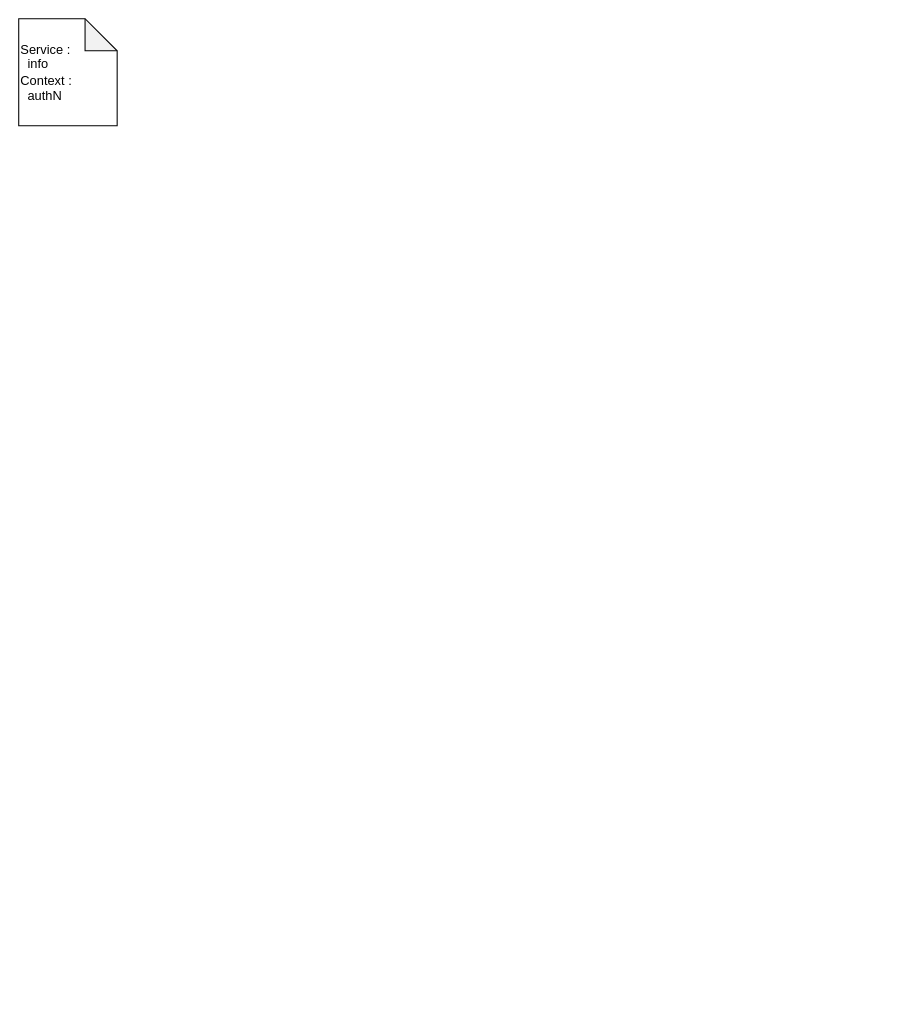
ozaki-physics/raison-me keeps this draw.io diagram as docs/info/authN.drawio. Above is the earlier version. Source tidied: cells renumbered, new cells numbered last; positions are measured from the earlier drawing's top-left corner, leaving out a move shared by most shapes. Both pictures are drawn from the tidied source at 107%, with x=0, y=0 at pixel (18, 18).
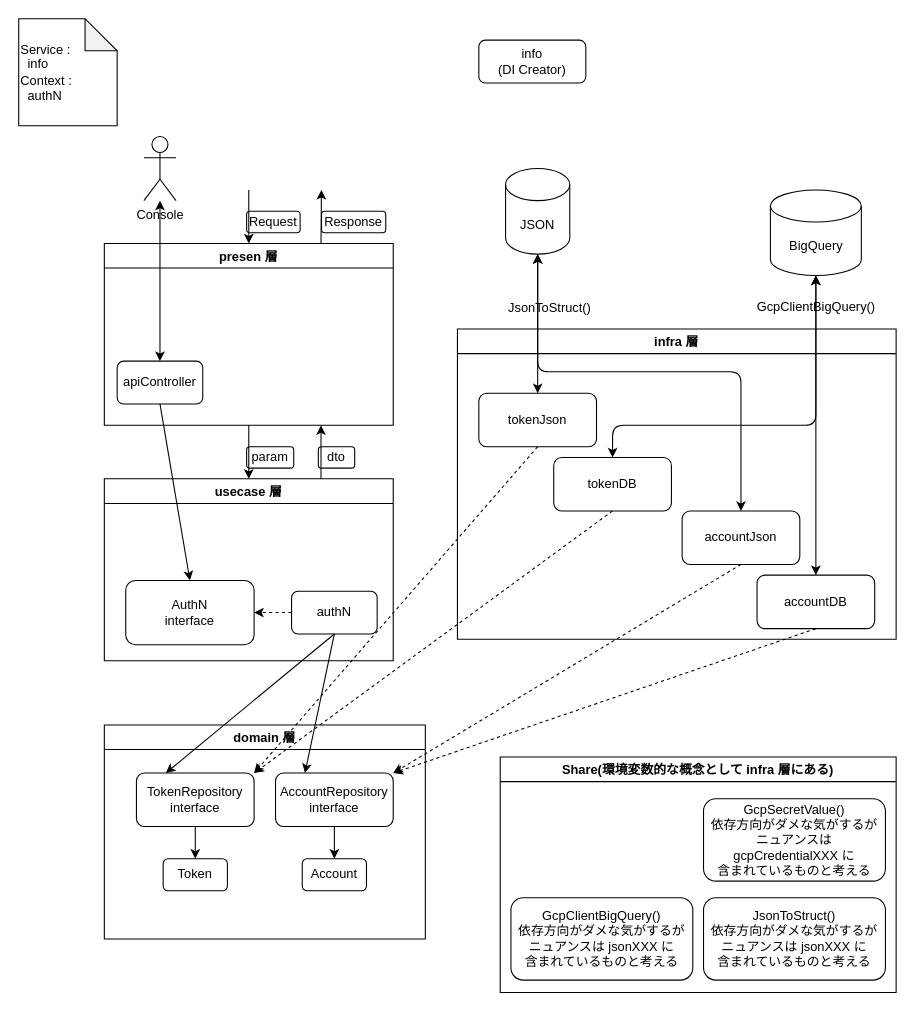
After the change.

What changed in the source:
```diff
@@
+    <mxCell id="3" value="Share(環境変数的な概念として infra 層にある)" style="swimlane;startSize=23;" parent="1" vertex="1">
+      <mxGeometry x="450" y="690" width="370" height="220" as="geometry" />
+    </mxCell>
+    <mxCell id="4" value="&lt;span&gt;GcpSecretValue()&lt;br&gt;依存方向がダメな気がするが&lt;br&gt;ニュアンスは gcpCredentialXXX に&lt;br&gt;含まれているものと考える&lt;br&gt;&lt;/span&gt;" style="rounded=1;whiteSpace=wrap;html=1;fillColor=none;" parent="3" vertex="1">
+      <mxGeometry x="190" y="39" width="170" height="77" as="geometry" />
+    </mxCell>
+    <mxCell id="5" value="JsonToStruct()&lt;br&gt;&lt;span&gt;依存方向がダメな気がするが&lt;br&gt;ニュアンスは jsonXXX に&lt;br&gt;含まれているものと考える&lt;br&gt;&lt;/span&gt;" style="rounded=1;whiteSpace=wrap;html=1;fillColor=none;" parent="3" vertex="1">
+      <mxGeometry x="190" y="131.5" width="170" height="77" as="geometry" />
+    </mxCell>
+    <mxCell id="6" value="GcpClientBigQuery()&lt;br&gt;&lt;span&gt;依存方向がダメな気がするが&lt;br&gt;ニュアンスは jsonXXX に&lt;br&gt;含まれているものと考える&lt;br&gt;&lt;/span&gt;" style="rounded=1;whiteSpace=wrap;html=1;fillColor=none;" parent="3" vertex="1">
+      <mxGeometry x="10" y="131.5" width="170" height="77" as="geometry" />
+    </mxCell>
@@
+    <mxCell id="7" style="edgeStyle=none;html=1;exitX=0.75;exitY=0;exitDx=0;exitDy=0;entryX=0.75;entryY=1;entryDx=0;entryDy=0;startArrow=none;startFill=0;" parent="1" edge="1" source="8" target="21">
+      <mxGeometry relative="1" as="geometry" />
+    </mxCell>
+    <mxCell id="8" value="usecase 層" style="swimlane;fillColor=none;" parent="1" vertex="1">
+      <mxGeometry x="80" y="430" width="270" height="170" as="geometry" />
+    </mxCell>
+    <mxCell id="9" value="AuthN&lt;br&gt;interface" style="rounded=1;whiteSpace=wrap;html=1;fillColor=none;" parent="8" vertex="1">
+      <mxGeometry x="20" y="95" width="120" height="60" as="geometry" />
+    </mxCell>
+    <mxCell id="10" style="edgeStyle=none;html=1;exitX=0;exitY=0.5;exitDx=0;exitDy=0;entryX=1;entryY=0.5;entryDx=0;entryDy=0;dashed=1;" parent="8" edge="1" source="11" target="9">
+      <mxGeometry relative="1" as="geometry" />
+    </mxCell>
+    <mxCell id="11" value="authN" style="rounded=1;whiteSpace=wrap;html=1;fillColor=none;" parent="8" vertex="1">
+      <mxGeometry x="175" y="105" width="80" height="40" as="geometry" />
+    </mxCell>
+    <mxCell id="12" value="domain 層" style="swimlane;fillColor=none;" parent="1" vertex="1">
+      <mxGeometry x="80" y="660" width="300" height="200" as="geometry" />
+    </mxCell>
+    <mxCell id="13" value="TokenRepository&lt;br&gt;interface" style="rounded=1;whiteSpace=wrap;html=1;fillColor=none;" parent="12" vertex="1">
+      <mxGeometry x="30" y="45" width="110" height="50" as="geometry" />
+    </mxCell>
+    <mxCell id="14" value="Token" style="rounded=1;whiteSpace=wrap;html=1;fillColor=none;" parent="12" vertex="1">
+      <mxGeometry x="55" y="125" width="60" height="30" as="geometry" />
+    </mxCell>
+    <mxCell id="15" style="edgeStyle=none;html=1;exitX=0.5;exitY=1;exitDx=0;exitDy=0;entryX=0.5;entryY=0;entryDx=0;entryDy=0;" parent="12" edge="1" source="13" target="14">
+      <mxGeometry relative="1" as="geometry" />
+    </mxCell>
+    <mxCell id="16" value="AccountRepository&lt;br&gt;interface" style="rounded=1;whiteSpace=wrap;html=1;fillColor=none;" parent="12" vertex="1">
+      <mxGeometry x="160" y="45" width="110" height="50" as="geometry" />
+    </mxCell>
+    <mxCell id="17" value="Account" style="rounded=1;whiteSpace=wrap;html=1;fillColor=none;" parent="12" vertex="1">
+      <mxGeometry x="185" y="125" width="60" height="30" as="geometry" />
+    </mxCell>
+    <mxCell id="18" style="edgeStyle=none;html=1;exitX=0.5;exitY=1;exitDx=0;exitDy=0;entryX=0.5;entryY=0;entryDx=0;entryDy=0;" parent="12" edge="1" source="16" target="17">
+      <mxGeometry relative="1" as="geometry" />
+    </mxCell>
+    <mxCell id="19" style="edgeStyle=none;html=1;exitX=0.5;exitY=1;exitDx=0;exitDy=0;entryX=0.5;entryY=0;entryDx=0;entryDy=0;startArrow=none;startFill=0;" parent="1" edge="1" source="21" target="8">
+      <mxGeometry relative="1" as="geometry" />
+    </mxCell>
+    <mxCell id="20" style="edgeStyle=none;html=1;exitX=0.75;exitY=0;exitDx=0;exitDy=0;startArrow=none;startFill=0;" parent="1" edge="1" source="21">
+      <mxGeometry relative="1" as="geometry">
+        <mxPoint x="282.9" y="160" as="targetPoint" />
+      </mxGeometry>
+    </mxCell>
+    <mxCell id="21" value="presen 層" style="swimlane;fillColor=none;startSize=23;" parent="1" vertex="1">
+      <mxGeometry x="80" y="210" width="270" height="170" as="geometry" />
+    </mxCell>
+    <mxCell id="22" value="&lt;span&gt;apiController&lt;/span&gt;" style="rounded=1;whiteSpace=wrap;html=1;fillColor=none;" parent="21" vertex="1">
+      <mxGeometry x="12" y="110" width="80" height="40" as="geometry" />
+    </mxCell>
+    <mxCell id="23" value="infra 層" style="swimlane;fillColor=none;" parent="1" vertex="1">
+      <mxGeometry x="410" y="290" width="410" height="290" as="geometry" />
+    </mxCell>
+    <mxCell id="24" value="accountJson" style="rounded=1;whiteSpace=wrap;html=1;fillColor=none;" parent="23" vertex="1">
+      <mxGeometry x="210" y="170" width="110" height="50" as="geometry" />
+    </mxCell>
+    <mxCell id="25" value="accountDB" style="rounded=1;whiteSpace=wrap;html=1;fillColor=none;" parent="23" vertex="1">
+      <mxGeometry x="280" y="230" width="110" height="50" as="geometry" />
+    </mxCell>
+    <mxCell id="26" value="tokenJson" style="rounded=1;whiteSpace=wrap;html=1;fillColor=none;" parent="23" vertex="1">
+      <mxGeometry x="20" y="60" width="110" height="50" as="geometry" />
+    </mxCell>
+    <mxCell id="27" value="tokenDB" style="rounded=1;whiteSpace=wrap;html=1;fillColor=none;" parent="23" vertex="1">
+      <mxGeometry x="90" y="120" width="110" height="50" as="geometry" />
+    </mxCell>
+    <mxCell id="28" style="edgeStyle=orthogonalEdgeStyle;html=1;exitX=0.5;exitY=1;exitDx=0;exitDy=0;exitPerimeter=0;entryX=0.5;entryY=0;entryDx=0;entryDy=0;startArrow=classic;startFill=1;" parent="1" edge="1" source="30" target="26">
+      <mxGeometry relative="1" as="geometry">
+        <Array as="points">
+          <mxPoint x="485" y="220" />
+          <mxPoint x="485" y="350" />
+        </Array>
+      </mxGeometry>
+    </mxCell>
+    <mxCell id="29" style="edgeStyle=orthogonalEdgeStyle;html=1;exitX=0.5;exitY=1;exitDx=0;exitDy=0;exitPerimeter=0;entryX=0.5;entryY=0;entryDx=0;entryDy=0;startArrow=classic;startFill=1;" parent="1" edge="1" source="30" target="24">
+      <mxGeometry relative="1" as="geometry">
+        <Array as="points">
+          <mxPoint x="485" y="330" />
+          <mxPoint x="675" y="330" />
+        </Array>
+      </mxGeometry>
+    </mxCell>
+    <mxCell id="30" value="JSON" style="shape=cylinder3;whiteSpace=wrap;html=1;boundedLbl=1;backgroundOutline=1;size=15;fillColor=none;" parent="1" vertex="1">
+      <mxGeometry x="455" y="140" width="60" height="80" as="geometry" />
+    </mxCell>
+    <mxCell id="31" style="edgeStyle=orthogonalEdgeStyle;html=1;exitX=0.5;exitY=1;exitDx=0;exitDy=0;exitPerimeter=0;entryX=0.5;entryY=0;entryDx=0;entryDy=0;startArrow=classic;startFill=1;" parent="1" edge="1" source="33" target="25">
+      <mxGeometry relative="1" as="geometry">
+        <Array as="points">
+          <mxPoint x="745" y="240" />
+          <mxPoint x="745" y="520" />
+        </Array>
+      </mxGeometry>
+    </mxCell>
+    <mxCell id="32" style="edgeStyle=orthogonalEdgeStyle;html=1;exitX=0.5;exitY=1;exitDx=0;exitDy=0;exitPerimeter=0;entryX=0.5;entryY=0;entryDx=0;entryDy=0;startArrow=classic;startFill=1;" parent="1" edge="1" source="33" target="27">
+      <mxGeometry relative="1" as="geometry">
+        <Array as="points">
+          <mxPoint x="745" y="380" />
+          <mxPoint x="555" y="380" />
+        </Array>
+      </mxGeometry>
+    </mxCell>
+    <mxCell id="33" value="BigQuery" style="shape=cylinder3;whiteSpace=wrap;html=1;boundedLbl=1;backgroundOutline=1;size=15;fillColor=none;" parent="1" vertex="1">
+      <mxGeometry x="702.5" y="160" width="85" height="80" as="geometry" />
+    </mxCell>
+    <mxCell id="34" style="edgeStyle=none;html=1;exitX=0.5;exitY=1;exitDx=0;exitDy=0;entryX=1;entryY=0;entryDx=0;entryDy=0;dashed=1;" parent="1" edge="1" source="26" target="13">
+      <mxGeometry relative="1" as="geometry" />
+    </mxCell>
+    <mxCell id="35" style="edgeStyle=none;html=1;exitX=0.5;exitY=1;exitDx=0;exitDy=0;entryX=1;entryY=0;entryDx=0;entryDy=0;dashed=1;" parent="1" edge="1" source="27" target="13">
+      <mxGeometry relative="1" as="geometry" />
+    </mxCell>
+    <mxCell id="36" style="edgeStyle=none;html=1;exitX=0.5;exitY=1;exitDx=0;exitDy=0;entryX=1;entryY=0;entryDx=0;entryDy=0;dashed=1;" parent="1" edge="1" source="24" target="16">
+      <mxGeometry relative="1" as="geometry" />
+    </mxCell>
+    <mxCell id="37" style="edgeStyle=none;html=1;exitX=0.5;exitY=1;exitDx=0;exitDy=0;entryX=1;entryY=0;entryDx=0;entryDy=0;dashed=1;" parent="1" edge="1" source="25" target="16">
+      <mxGeometry relative="1" as="geometry" />
+    </mxCell>
+    <mxCell id="38" value="&lt;span style=&quot;font-size: 12px;&quot;&gt;JsonToStruct()&lt;/span&gt;" style="edgeLabel;html=1;align=center;verticalAlign=middle;labelBackgroundColor=none;" parent="1" vertex="1">
+      <mxGeometry x="495" y="270" as="geometry" />
+    </mxCell>
+    <mxCell id="39" style="edgeStyle=none;html=1;exitX=0.5;exitY=1;exitDx=0;exitDy=0;entryX=0.25;entryY=0;entryDx=0;entryDy=0;" parent="1" edge="1" source="11" target="13">
+      <mxGeometry relative="1" as="geometry" />
+    </mxCell>
+    <mxCell id="40" style="edgeStyle=none;html=1;exitX=0.5;exitY=1;exitDx=0;exitDy=0;entryX=0.25;entryY=0;entryDx=0;entryDy=0;" parent="1" edge="1" source="11" target="16">
+      <mxGeometry relative="1" as="geometry" />
+    </mxCell>
+    <mxCell id="41" value="&lt;span style=&quot;font-family: &amp;#34;helvetica&amp;#34;&quot;&gt;GcpClientBigQuery()&lt;/span&gt;" style="text;html=1;align=center;verticalAlign=middle;strokeColor=none;fillColor=none;" parent="1" vertex="1">
+      <mxGeometry x="680" y="260" width="130" height="20" as="geometry" />
+    </mxCell>
+    <mxCell id="42" style="edgeStyle=none;html=1;entryX=0.5;entryY=0;entryDx=0;entryDy=0;startArrow=classic;startFill=1;" parent="1" edge="1" source="43" target="22">
+      <mxGeometry relative="1" as="geometry" />
+    </mxCell>
+    <mxCell id="43" value="Console" style="shape=umlActor;verticalLabelPosition=bottom;verticalAlign=top;html=1;outlineConnect=0;fillColor=none;" parent="1" vertex="1">
+      <mxGeometry x="117" y="110" width="30" height="60" as="geometry" />
+    </mxCell>
+    <mxCell id="44" style="edgeStyle=none;html=1;exitX=0.5;exitY=1;exitDx=0;exitDy=0;entryX=0.5;entryY=0;entryDx=0;entryDy=0;startArrow=none;startFill=0;" parent="1" edge="1" source="22" target="9">
+      <mxGeometry relative="1" as="geometry" />
+    </mxCell>
+    <mxCell id="45" value="&lt;span&gt;info&lt;br&gt;(DI Creator)&lt;br&gt;&lt;/span&gt;" style="rounded=1;whiteSpace=wrap;html=1;fillColor=none;" parent="1" vertex="1">
+      <mxGeometry x="430" y="20" width="100" height="40" as="geometry" />
+    </mxCell>
+    <mxCell id="46" style="edgeStyle=none;html=1;entryX=0.5;entryY=0;entryDx=0;entryDy=0;startArrow=none;startFill=0;" parent="1" edge="1" target="21">
+      <mxGeometry relative="1" as="geometry">
+        <mxPoint x="215" y="160" as="sourcePoint" />
+      </mxGeometry>
+    </mxCell>
+    <mxCell id="47" value="dto" style="rounded=1;whiteSpace=wrap;html=1;fillColor=none;" parent="1" vertex="1">
+      <mxGeometry x="280" y="400" width="34" height="20" as="geometry" />
+    </mxCell>
+    <mxCell id="48" value="Request" style="rounded=1;whiteSpace=wrap;html=1;fillColor=none;" parent="1" vertex="1">
+      <mxGeometry x="213" y="180" width="50" height="20" as="geometry" />
+    </mxCell>
+    <mxCell id="49" value="Response" style="rounded=1;whiteSpace=wrap;html=1;fillColor=none;" parent="1" vertex="1">
+      <mxGeometry x="283" y="180" width="60" height="20" as="geometry" />
+    </mxCell>
+    <mxCell id="50" value="param" style="rounded=1;whiteSpace=wrap;html=1;fillColor=none;" parent="1" vertex="1">
+      <mxGeometry x="213" y="400" width="44" height="20" as="geometry" />
+    </mxCell>
```
